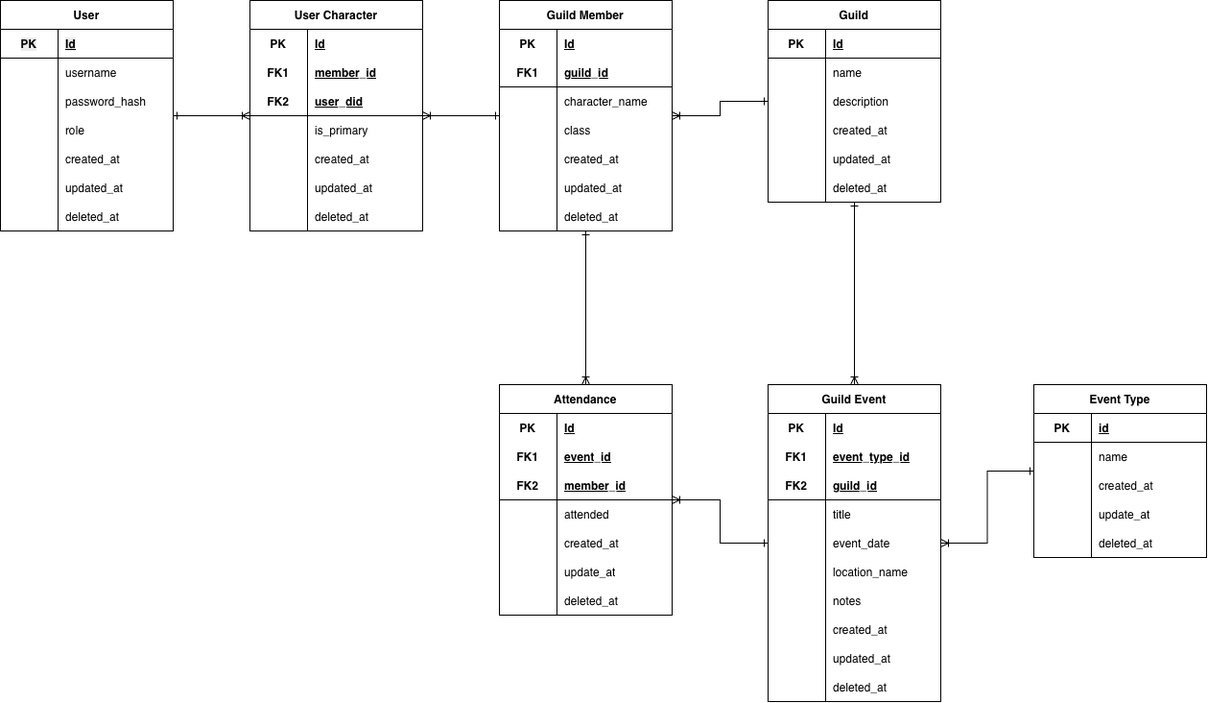
Earlier version of the draw.io export Designs/System/Images/ERD.png (ariefrnr/Castellan-HQ). Source tidied: cells renumbered, new cells last; positions are measured from the earlier drawing's top-left corner, leaving out a move shared by most shapes.
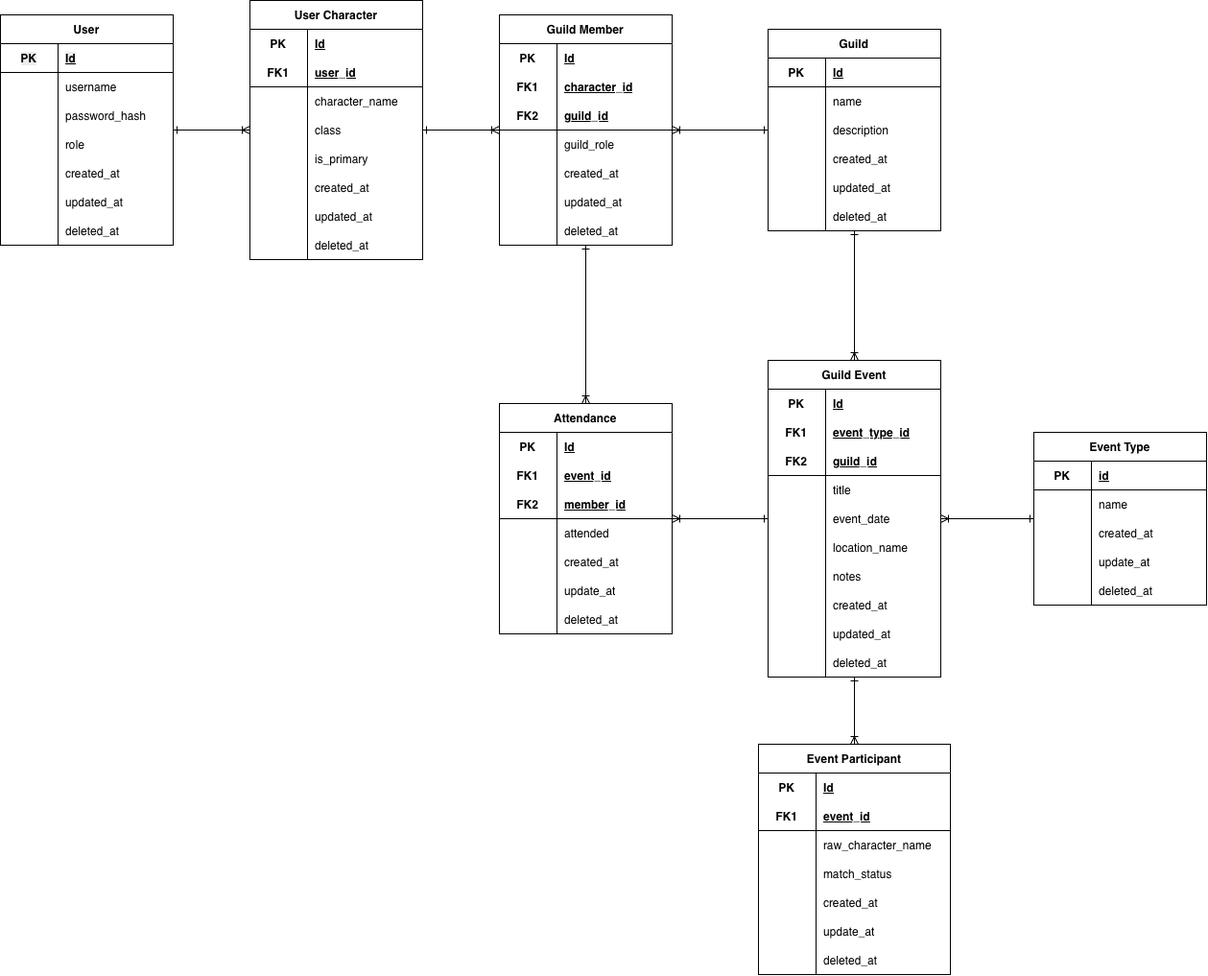
The same diagram one commit later.

Commit message:
docs(architecture): update ERD, Class diagram, and add Use Case diagram

Diff of the diagram source:
```diff
@@ -7,3 +7,3 @@
     </mxCell>
-    <mxCell id="3" style="edgeStyle=orthogonalEdgeStyle;rounded=0;jettySize=auto;html=1;defaultLabelBackgroundColor=page;endArrow=ERoneToMany;endFill=0;startArrow=ERone;startFill=0;" parent="1" edge="1" source="7" target="124">
+    <mxCell id="3" style="edgeStyle=orthogonalEdgeStyle;rounded=0;jettySize=auto;html=1;defaultLabelBackgroundColor=page;endArrow=ERoneToMany;endFill=0;startArrow=ERone;startFill=0;" parent="1" edge="1" source="124" target="7">
       <mxGeometry relative="1" as="geometry" />
@@ -31,6 +31,15 @@
     </mxCell>
+    <mxCell id="128" style="shape=tableRow;horizontal=0;startSize=0;swimlaneHead=0;swimlaneBody=0;fillColor=none;top=0;left=0;right=0;bottom=0;html=1;" parent="7" vertex="1">
+      <mxGeometry y="60" width="180" height="30" as="geometry" />
+    </mxCell>
+    <mxCell id="163" value="FK1" style="shape=partialRectangle;fillColor=none;top=0;left=0;bottom=0;right=0;fontStyle=1;overflow=hidden;html=1;whiteSpace=wrap;" parent="128" vertex="1">
+      <mxGeometry width="60" height="30" as="geometry" />
+    </mxCell>
+    <mxCell id="164" value="character_id" style="shape=partialRectangle;fillColor=none;top=0;left=0;bottom=0;right=0;align=left;spacingLeft=6;fontStyle=5;overflow=hidden;html=1;whiteSpace=wrap;" parent="128" vertex="1">
+      <mxGeometry x="60" width="120" height="30" as="geometry" />
+    </mxCell>
     <mxCell id="11" style="shape=tableRow;horizontal=0;startSize=0;swimlaneHead=0;swimlaneBody=0;fillColor=none;top=0;left=0;right=0;bottom=1;html=1;" parent="7" vertex="1">
-      <mxGeometry y="60" width="180" height="30" as="geometry" />
+      <mxGeometry y="90" width="180" height="30" as="geometry" />
     </mxCell>
-    <mxCell id="12" value="FK1" style="shape=partialRectangle;fillColor=none;top=0;left=0;bottom=0;right=0;fontStyle=1;overflow=hidden;html=1;whiteSpace=wrap;" parent="11" vertex="1">
+    <mxCell id="12" value="FK2" style="shape=partialRectangle;fillColor=none;top=0;left=0;bottom=0;right=0;fontStyle=1;overflow=hidden;html=1;whiteSpace=wrap;" parent="11" vertex="1">
       <mxGeometry width="60" height="30" as="geometry" />
@@ -41,3 +50,3 @@
     <mxCell id="14" style="shape=tableRow;horizontal=0;startSize=0;swimlaneHead=0;swimlaneBody=0;fillColor=none;top=0;left=0;right=0;bottom=0;html=1;" parent="7" vertex="1">
-      <mxGeometry y="90" width="180" height="30" as="geometry" />
+      <mxGeometry y="120" width="180" height="30" as="geometry" />
     </mxCell>
@@ -46,14 +55,5 @@
     </mxCell>
-    <mxCell id="16" value="character_name" style="shape=partialRectangle;fillColor=none;top=0;left=0;bottom=0;right=0;align=left;spacingLeft=6;overflow=hidden;html=1;whiteSpace=wrap;" parent="14" vertex="1">
+    <mxCell id="16" value="guild_role" style="shape=partialRectangle;fillColor=none;top=0;left=0;bottom=0;right=0;align=left;spacingLeft=6;overflow=hidden;html=1;whiteSpace=wrap;" parent="14" vertex="1">
       <mxGeometry x="60" width="120" height="30" as="geometry" />
     </mxCell>
-    <mxCell id="17" style="shape=tableRow;horizontal=0;startSize=0;swimlaneHead=0;swimlaneBody=0;fillColor=none;top=0;left=0;right=0;bottom=0;html=1;" parent="7" vertex="1">
-      <mxGeometry y="120" width="180" height="30" as="geometry" />
-    </mxCell>
-    <mxCell id="18" style="shape=partialRectangle;fillColor=none;top=0;left=0;bottom=0;right=0;overflow=hidden;html=1;whiteSpace=wrap;" parent="17" vertex="1">
-      <mxGeometry width="60" height="30" as="geometry" />
-    </mxCell>
-    <mxCell id="19" value="class" style="shape=partialRectangle;fillColor=none;top=0;left=0;bottom=0;right=0;align=left;spacingLeft=6;overflow=hidden;html=1;whiteSpace=wrap;" parent="17" vertex="1">
-      <mxGeometry x="60" width="120" height="30" as="geometry" />
-    </mxCell>
     <mxCell id="20" style="shape=tableRow;horizontal=0;startSize=0;swimlaneHead=0;swimlaneBody=0;fillColor=none;top=0;left=0;right=0;bottom=0;html=1;" parent="7" vertex="1">
@@ -86,3 +86,3 @@
     <mxCell id="29" value="Guild" style="shape=table;startSize=30;rowLines=0;fontStyle=1;align=center;html=1;whiteSpace=wrap;" parent="1" vertex="1">
-      <mxGeometry x="800" width="180" height="210" as="geometry" />
+      <mxGeometry x="800" y="15" width="180" height="210" as="geometry" />
     </mxCell>
@@ -145,4 +145,7 @@
     </mxCell>
+    <mxCell id="165" style="edgeStyle=orthogonalEdgeStyle;rounded=0;jettySize=auto;html=1;defaultLabelBackgroundColor=page;endArrow=ERoneToMany;endFill=0;startArrow=ERone;startFill=0;" parent="1" edge="1" source="49" target="170">
+      <mxGeometry relative="1" as="geometry" />
+    </mxCell>
     <mxCell id="49" value="Guild Event" style="shape=table;startSize=30;rowLines=0;fontStyle=1;align=center;html=1;whiteSpace=wrap;" parent="1" vertex="1">
-      <mxGeometry x="800" y="400" width="180" height="330" as="geometry" />
+      <mxGeometry x="800" y="360" width="180" height="330" as="geometry" />
     </mxCell>
@@ -239,3 +242,3 @@
     <mxCell id="80" value="Attendance" style="shape=table;startSize=30;rowLines=0;fontStyle=1;align=center;html=1;whiteSpace=wrap;" parent="1" vertex="1">
-      <mxGeometry x="520" y="400" width="180" height="240" as="geometry" />
+      <mxGeometry x="520" y="405" width="180" height="240" as="geometry" />
     </mxCell>
@@ -371,3 +374,3 @@
     <mxCell id="124" value="User Character" style="shape=table;startSize=30;rowLines=0;fontStyle=1;align=center;html=1;whiteSpace=wrap;" parent="1" vertex="1">
-      <mxGeometry x="260" width="180" height="240" as="geometry" />
+      <mxGeometry x="260" y="-15" width="180" height="270" as="geometry" />
     </mxCell>
@@ -382,22 +385,31 @@
     </mxCell>
-    <mxCell id="128" style="shape=tableRow;horizontal=0;startSize=0;swimlaneHead=0;swimlaneBody=0;fillColor=none;top=0;left=0;right=0;bottom=0;html=1;" parent="124" vertex="1">
-      <mxGeometry y="60" width="180" height="30" as="geometry" />
-    </mxCell>
-    <mxCell id="129" value="FK1" style="shape=partialRectangle;fillColor=none;top=0;left=0;bottom=0;right=0;fontStyle=1;overflow=hidden;html=1;whiteSpace=wrap;" parent="128" vertex="1">
-      <mxGeometry width="60" height="30" as="geometry" />
-    </mxCell>
-    <mxCell id="130" value="member_id" style="shape=partialRectangle;fillColor=none;top=0;left=0;bottom=0;right=0;align=left;spacingLeft=6;fontStyle=5;overflow=hidden;html=1;whiteSpace=wrap;" parent="128" vertex="1">
-      <mxGeometry x="60" width="120" height="30" as="geometry" />
-    </mxCell>
     <mxCell id="131" style="shape=tableRow;horizontal=0;startSize=0;swimlaneHead=0;swimlaneBody=0;fillColor=none;top=0;left=0;right=0;bottom=1;html=1;" parent="124" vertex="1">
-      <mxGeometry y="90" width="180" height="30" as="geometry" />
+      <mxGeometry y="60" width="180" height="30" as="geometry" />
     </mxCell>
-    <mxCell id="132" value="FK2" style="shape=partialRectangle;fillColor=none;top=0;left=0;bottom=0;right=0;fontStyle=1;overflow=hidden;html=1;whiteSpace=wrap;" parent="131" vertex="1">
+    <mxCell id="132" value="FK1" style="shape=partialRectangle;fillColor=none;top=0;left=0;bottom=0;right=0;fontStyle=1;overflow=hidden;html=1;whiteSpace=wrap;" parent="131" vertex="1">
       <mxGeometry width="60" height="30" as="geometry" />
     </mxCell>
-    <mxCell id="133" value="user_did" style="shape=partialRectangle;fillColor=none;top=0;left=0;bottom=0;right=0;align=left;spacingLeft=6;fontStyle=5;overflow=hidden;html=1;whiteSpace=wrap;" parent="131" vertex="1">
+    <mxCell id="133" value="user_id" style="shape=partialRectangle;fillColor=none;top=0;left=0;bottom=0;right=0;align=left;spacingLeft=6;fontStyle=5;overflow=hidden;html=1;whiteSpace=wrap;" parent="131" vertex="1">
       <mxGeometry x="60" width="120" height="30" as="geometry" />
     </mxCell>
+    <mxCell id="166" style="shape=tableRow;horizontal=0;startSize=0;swimlaneHead=0;swimlaneBody=0;fillColor=none;top=0;left=0;right=0;bottom=0;html=1;" parent="124" vertex="1">
+      <mxGeometry y="90" width="180" height="30" as="geometry" />
+    </mxCell>
+    <mxCell id="167" style="shape=partialRectangle;fillColor=none;top=0;left=0;bottom=0;right=0;overflow=hidden;html=1;whiteSpace=wrap;" parent="166" vertex="1">
+      <mxGeometry width="60" height="30" as="geometry" />
+    </mxCell>
+    <mxCell id="168" value="character_name" style="shape=partialRectangle;fillColor=none;top=0;left=0;bottom=0;right=0;align=left;spacingLeft=6;overflow=hidden;html=1;whiteSpace=wrap;" parent="166" vertex="1">
+      <mxGeometry x="60" width="120" height="30" as="geometry" />
+    </mxCell>
+    <mxCell id="17" style="shape=tableRow;horizontal=0;startSize=0;swimlaneHead=0;swimlaneBody=0;fillColor=none;top=0;left=0;right=0;bottom=0;html=1;" parent="124" vertex="1">
+      <mxGeometry y="120" width="180" height="30" as="geometry" />
+    </mxCell>
+    <mxCell id="169" style="shape=partialRectangle;fillColor=none;top=0;left=0;bottom=0;right=0;overflow=hidden;html=1;whiteSpace=wrap;" parent="17" vertex="1">
+      <mxGeometry width="60" height="30" as="geometry" />
+    </mxCell>
+    <mxCell id="19" value="class" style="shape=partialRectangle;fillColor=none;top=0;left=0;bottom=0;right=0;align=left;spacingLeft=6;overflow=hidden;html=1;whiteSpace=wrap;" parent="17" vertex="1">
+      <mxGeometry x="60" width="120" height="30" as="geometry" />
+    </mxCell>
     <mxCell id="134" style="shape=tableRow;horizontal=0;startSize=0;swimlaneHead=0;swimlaneBody=0;fillColor=none;top=0;left=0;right=0;bottom=0;html=1;" parent="124" vertex="1">
-      <mxGeometry y="120" width="180" height="30" as="geometry" />
+      <mxGeometry y="150" width="180" height="30" as="geometry" />
     </mxCell>
@@ -410,3 +422,3 @@
     <mxCell id="137" style="shape=tableRow;horizontal=0;startSize=0;swimlaneHead=0;swimlaneBody=0;fillColor=none;top=0;left=0;right=0;bottom=0;html=1;" parent="124" vertex="1">
-      <mxGeometry y="150" width="180" height="30" as="geometry" />
+      <mxGeometry y="180" width="180" height="30" as="geometry" />
     </mxCell>
@@ -419,3 +431,3 @@
     <mxCell id="140" style="shape=tableRow;horizontal=0;startSize=0;swimlaneHead=0;swimlaneBody=0;fillColor=none;top=0;left=0;right=0;bottom=0;html=1;" parent="124" vertex="1">
-      <mxGeometry y="180" width="180" height="30" as="geometry" />
+      <mxGeometry y="210" width="180" height="30" as="geometry" />
     </mxCell>
@@ -428,3 +440,3 @@
     <mxCell id="143" style="shape=tableRow;horizontal=0;startSize=0;swimlaneHead=0;swimlaneBody=0;fillColor=none;top=0;left=0;right=0;bottom=0;html=1;" parent="124" vertex="1">
-      <mxGeometry y="210" width="180" height="30" as="geometry" />
+      <mxGeometry y="240" width="180" height="30" as="geometry" />
     </mxCell>
@@ -440,3 +452,3 @@
     <mxCell id="147" value="Event Type" style="shape=table;startSize=30;rowLines=0;fontStyle=1;align=center;html=1;whiteSpace=wrap;" parent="1" vertex="1">
-      <mxGeometry x="1077" y="400" width="180" height="180" as="geometry" />
+      <mxGeometry x="1077" y="435" width="180" height="180" as="geometry" />
     </mxCell>
@@ -487,2 +499,68 @@
     </mxCell>
+    <mxCell id="170" value="Event Participant" style="shape=table;startSize=30;rowLines=0;fontStyle=1;align=center;html=1;whiteSpace=wrap;" parent="1" vertex="1">
+      <mxGeometry x="790" y="760" width="200" height="240" as="geometry" />
+    </mxCell>
+    <mxCell id="171" style="shape=tableRow;horizontal=0;startSize=0;swimlaneHead=0;swimlaneBody=0;fillColor=none;top=0;left=0;right=0;bottom=0;html=1;" parent="170" vertex="1">
+      <mxGeometry y="30" width="200" height="30" as="geometry" />
+    </mxCell>
+    <mxCell id="172" value="PK" style="shape=partialRectangle;fillColor=none;top=0;left=0;bottom=0;right=0;fontStyle=1;overflow=hidden;html=1;whiteSpace=wrap;" parent="171" vertex="1">
+      <mxGeometry width="60" height="30" as="geometry" />
+    </mxCell>
+    <mxCell id="173" value="Id" style="shape=partialRectangle;fillColor=none;top=0;left=0;bottom=0;right=0;align=left;spacingLeft=6;fontStyle=5;overflow=hidden;html=1;whiteSpace=wrap;" parent="171" vertex="1">
+      <mxGeometry x="60" width="140" height="30" as="geometry" />
+    </mxCell>
+    <mxCell id="174" style="shape=tableRow;horizontal=0;startSize=0;swimlaneHead=0;swimlaneBody=0;fillColor=none;top=0;left=0;right=0;bottom=1;html=1;" parent="170" vertex="1">
+      <mxGeometry y="60" width="200" height="30" as="geometry" />
+    </mxCell>
+    <mxCell id="175" value="FK1" style="shape=partialRectangle;fillColor=none;top=0;left=0;bottom=0;right=0;fontStyle=1;overflow=hidden;html=1;whiteSpace=wrap;" parent="174" vertex="1">
+      <mxGeometry width="60" height="30" as="geometry" />
+    </mxCell>
+    <mxCell id="176" value="event_id" style="shape=partialRectangle;fillColor=none;top=0;left=0;bottom=0;right=0;align=left;spacingLeft=6;fontStyle=5;overflow=hidden;html=1;whiteSpace=wrap;" parent="174" vertex="1">
+      <mxGeometry x="60" width="140" height="30" as="geometry" />
+    </mxCell>
+    <mxCell id="177" style="shape=tableRow;horizontal=0;startSize=0;swimlaneHead=0;swimlaneBody=0;fillColor=none;top=0;left=0;right=0;bottom=0;html=1;" parent="170" vertex="1">
+      <mxGeometry y="90" width="200" height="30" as="geometry" />
+    </mxCell>
+    <mxCell id="178" style="shape=partialRectangle;fillColor=none;top=0;left=0;bottom=0;right=0;overflow=hidden;html=1;whiteSpace=wrap;" parent="177" vertex="1">
+      <mxGeometry width="60" height="30" as="geometry" />
+    </mxCell>
+    <mxCell id="179" value="raw_character_name" style="shape=partialRectangle;fillColor=none;top=0;left=0;bottom=0;right=0;align=left;spacingLeft=6;overflow=hidden;html=1;whiteSpace=wrap;" parent="177" vertex="1">
+      <mxGeometry x="60" width="140" height="30" as="geometry" />
+    </mxCell>
+    <mxCell id="180" style="shape=tableRow;horizontal=0;startSize=0;swimlaneHead=0;swimlaneBody=0;fillColor=none;top=0;left=0;right=0;bottom=0;html=1;" parent="170" vertex="1">
+      <mxGeometry y="120" width="200" height="30" as="geometry" />
+    </mxCell>
+    <mxCell id="181" style="shape=partialRectangle;fillColor=none;top=0;left=0;bottom=0;right=0;overflow=hidden;html=1;whiteSpace=wrap;" parent="180" vertex="1">
+      <mxGeometry width="60" height="30" as="geometry" />
+    </mxCell>
+    <mxCell id="182" value="match_status" style="shape=partialRectangle;fillColor=none;top=0;left=0;bottom=0;right=0;align=left;spacingLeft=6;overflow=hidden;html=1;whiteSpace=wrap;" parent="180" vertex="1">
+      <mxGeometry x="60" width="140" height="30" as="geometry" />
+    </mxCell>
+    <mxCell id="183" style="shape=tableRow;horizontal=0;startSize=0;swimlaneHead=0;swimlaneBody=0;fillColor=none;top=0;left=0;right=0;bottom=0;html=1;" parent="170" vertex="1">
+      <mxGeometry y="150" width="200" height="30" as="geometry" />
+    </mxCell>
+    <mxCell id="184" style="shape=partialRectangle;fillColor=none;top=0;left=0;bottom=0;right=0;overflow=hidden;html=1;whiteSpace=wrap;" parent="183" vertex="1">
+      <mxGeometry width="60" height="30" as="geometry" />
+    </mxCell>
+    <mxCell id="185" value="created_at" style="shape=partialRectangle;fillColor=none;top=0;left=0;bottom=0;right=0;align=left;spacingLeft=6;overflow=hidden;html=1;whiteSpace=wrap;" parent="183" vertex="1">
+      <mxGeometry x="60" width="140" height="30" as="geometry" />
+    </mxCell>
+    <mxCell id="186" style="shape=tableRow;horizontal=0;startSize=0;swimlaneHead=0;swimlaneBody=0;fillColor=none;top=0;left=0;right=0;bottom=0;html=1;" parent="170" vertex="1">
+      <mxGeometry y="180" width="200" height="30" as="geometry" />
+    </mxCell>
+    <mxCell id="187" style="shape=partialRectangle;fillColor=none;top=0;left=0;bottom=0;right=0;overflow=hidden;html=1;whiteSpace=wrap;" parent="186" vertex="1">
+      <mxGeometry width="60" height="30" as="geometry" />
+    </mxCell>
+    <mxCell id="188" value="update_at" style="shape=partialRectangle;fillColor=none;top=0;left=0;bottom=0;right=0;align=left;spacingLeft=6;overflow=hidden;html=1;whiteSpace=wrap;" parent="186" vertex="1">
+      <mxGeometry x="60" width="140" height="30" as="geometry" />
+    </mxCell>
+    <mxCell id="189" style="shape=tableRow;horizontal=0;startSize=0;swimlaneHead=0;swimlaneBody=0;fillColor=none;top=0;left=0;right=0;bottom=0;html=1;" parent="170" vertex="1">
+      <mxGeometry y="210" width="200" height="30" as="geometry" />
+    </mxCell>
+    <mxCell id="190" style="shape=partialRectangle;fillColor=none;top=0;left=0;bottom=0;right=0;overflow=hidden;html=1;whiteSpace=wrap;" parent="189" vertex="1">
+      <mxGeometry width="60" height="30" as="geometry" />
+    </mxCell>
+    <mxCell id="191" value="deleted_at" style="shape=partialRectangle;fillColor=none;top=0;left=0;bottom=0;right=0;align=left;spacingLeft=6;overflow=hidden;html=1;whiteSpace=wrap;" parent="189" vertex="1">
+      <mxGeometry x="60" width="140" height="30" as="geometry" />
+    </mxCell>
   </root>
```
